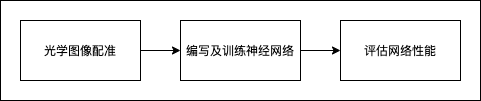
This is main-flow.png from ZaneWiegand/Microscope-SR, a draw.io export, as it was before one commit. Source tidied: cells renumbered, new cells last; positions are measured from the earlier drawing's top-left corner, leaving out a move shared by most shapes.
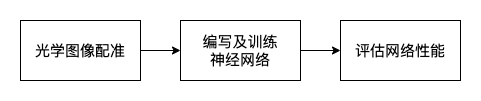
Above is the later version.

Change to the diagram source:
```diff
@@ -2,22 +2,22 @@
   <root>
     <mxCell id="0" />
     <mxCell id="1" parent="0" />
-    <mxCell id="2" style="rounded=0;whiteSpace=wrap;html=1;fillColor=#FFFFFF;" parent="1" vertex="1">
+    <mxCell id="2" style="rounded=0;whiteSpace=wrap;html=1;fillColor=#FFFFFF;strokeColor=none;" parent="1" vertex="1">
       <mxGeometry width="480" height="100" as="geometry" />
     </mxCell>
     <mxCell id="3" style="edgeStyle=none;html=1;strokeColor=#000000;" parent="1" edge="1" source="4" target="6">
       <mxGeometry relative="1" as="geometry" />
     </mxCell>
-    <mxCell id="4" value="&lt;font color=&quot;#000000&quot;&gt;光学图像配准&lt;/font&gt;" style="rounded=0;whiteSpace=wrap;html=1;fillColor=#FFFFFF;strokeColor=#000000;" parent="1" vertex="1">
+    <mxCell id="4" value="&lt;font color=&quot;#000000&quot; style=&quot;font-size: 15px&quot;&gt;光学图像配准&lt;/font&gt;" style="rounded=0;whiteSpace=wrap;html=1;fillColor=#FFFFFF;strokeColor=#000000;" parent="1" vertex="1">
       <mxGeometry x="20" y="20" width="120" height="60" as="geometry" />
     </mxCell>
     <mxCell id="5" style="edgeStyle=none;html=1;strokeColor=#000000;" parent="1" edge="1" source="6" target="7">
       <mxGeometry relative="1" as="geometry" />
     </mxCell>
-    <mxCell id="6" value="&lt;font color=&quot;#000000&quot;&gt;编写及训练神经网络&lt;/font&gt;" style="rounded=0;whiteSpace=wrap;html=1;fillColor=#FFFFFF;strokeColor=#000000;" parent="1" vertex="1">
+    <mxCell id="6" value="&lt;font color=&quot;#000000&quot; style=&quot;font-size: 15px&quot;&gt;编写及训练&lt;br&gt;神经网络&lt;/font&gt;" style="rounded=0;whiteSpace=wrap;html=1;fillColor=#FFFFFF;strokeColor=#000000;" parent="1" vertex="1">
       <mxGeometry x="180" y="20" width="120" height="60" as="geometry" />
     </mxCell>
-    <mxCell id="7" value="&lt;font color=&quot;#000000&quot;&gt;评估网络性能&lt;/font&gt;" style="rounded=0;whiteSpace=wrap;html=1;fillColor=#FFFFFF;strokeColor=#000000;" parent="1" vertex="1">
+    <mxCell id="7" value="&lt;font color=&quot;#000000&quot; style=&quot;font-size: 15px;&quot;&gt;评估网络性能&lt;/font&gt;" style="rounded=0;whiteSpace=wrap;html=1;fillColor=#FFFFFF;strokeColor=#000000;fontSize=15;" parent="1" vertex="1">
       <mxGeometry x="340" y="20" width="120" height="60" as="geometry" />
     </mxCell>
   </root>
```
